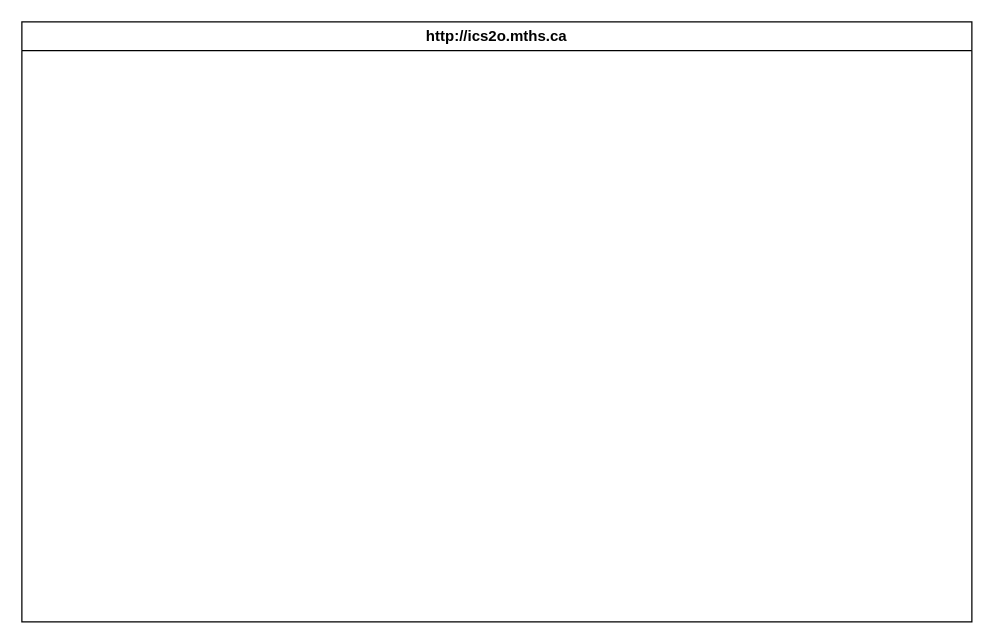
Earlier version of the draw.io diagram page "Page-1" (1 of 2) of design/storyboard.drawio (MTHS-ICD2O-1-2024/ICD2O-Final-Project-catherine.vu). Source tidied: cells renumbered, new cells numbered last; positions are measured from the earlier drawing's top-left corner, leaving out a move shared by most shapes. Both pictures are drawn from the tidied source at 125%, with x=0, y=0 at pixel (21, 21).
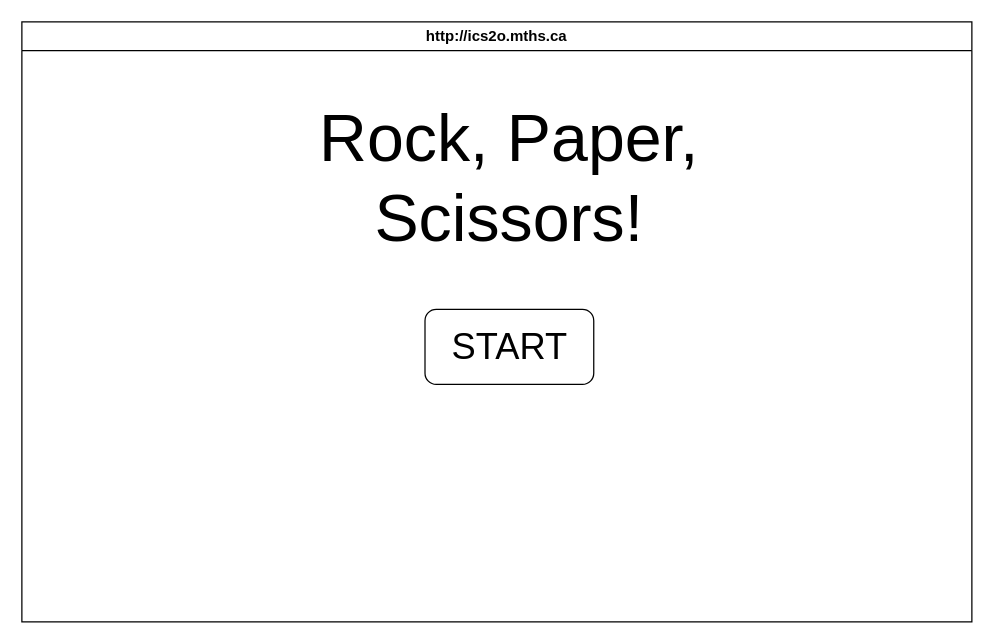
The same page after the edit.

Commit message (it also covers changes not shown here):
added menu scene storyboard

Change to the diagram source:
```diff
@@
 <mxGraphModel>
   <root>
     <mxCell id="0" />
     <mxCell id="1" parent="0" />
     <mxCell id="2" value="http://ics2o.mths.ca" style="swimlane;whiteSpace=wrap;html=1;" parent="1" vertex="1">
       <mxGeometry width="760" height="480" as="geometry" />
     </mxCell>
+    <mxCell id="3" value="&lt;font style=&quot;font-size: 53px;&quot;&gt;Rock, Paper, Scissors!&lt;/font&gt;" style="text;strokeColor=none;align=center;fillColor=none;html=1;verticalAlign=middle;whiteSpace=wrap;rounded=0;fontSize=41;" parent="2" vertex="1">
+      <mxGeometry x="195" y="110" width="390" height="30" as="geometry" />
+    </mxCell>
+    <mxCell id="4" value="&lt;font style=&quot;font-size: 29px;&quot;&gt;START&lt;/font&gt;" style="rounded=1;whiteSpace=wrap;html=1;" parent="2" vertex="1">
+      <mxGeometry x="322.5" y="230" width="135" height="60" as="geometry" />
+    </mxCell>
   </root>
 </mxGraphModel>
```
